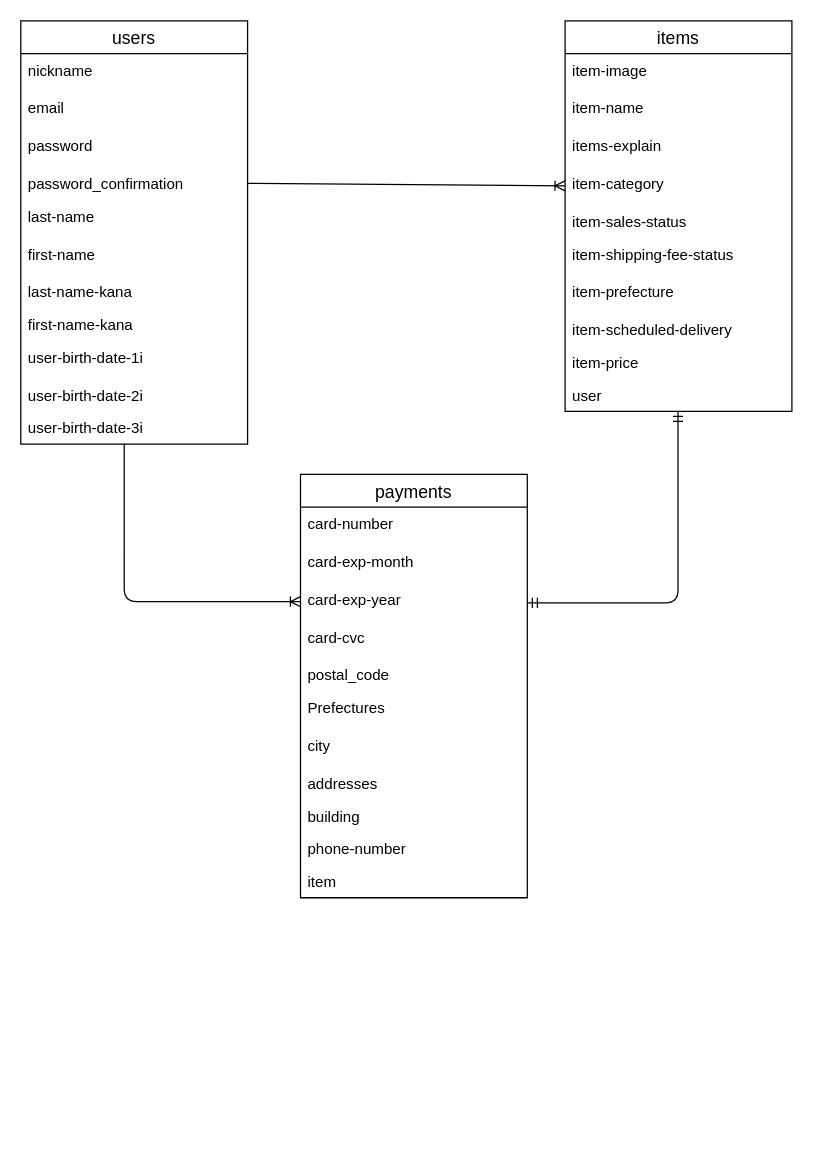
The draw.io diagram ER.dio in RcNgtm/furima-37770, before the edit. Source tidied: cells renumbered, new cells numbered last; positions are measured from the earlier drawing's top-left corner, leaving out a move shared by most shapes. Both pictures are drawn from the tidied source at 126%, with x=0, y=0 at pixel (20, 20).
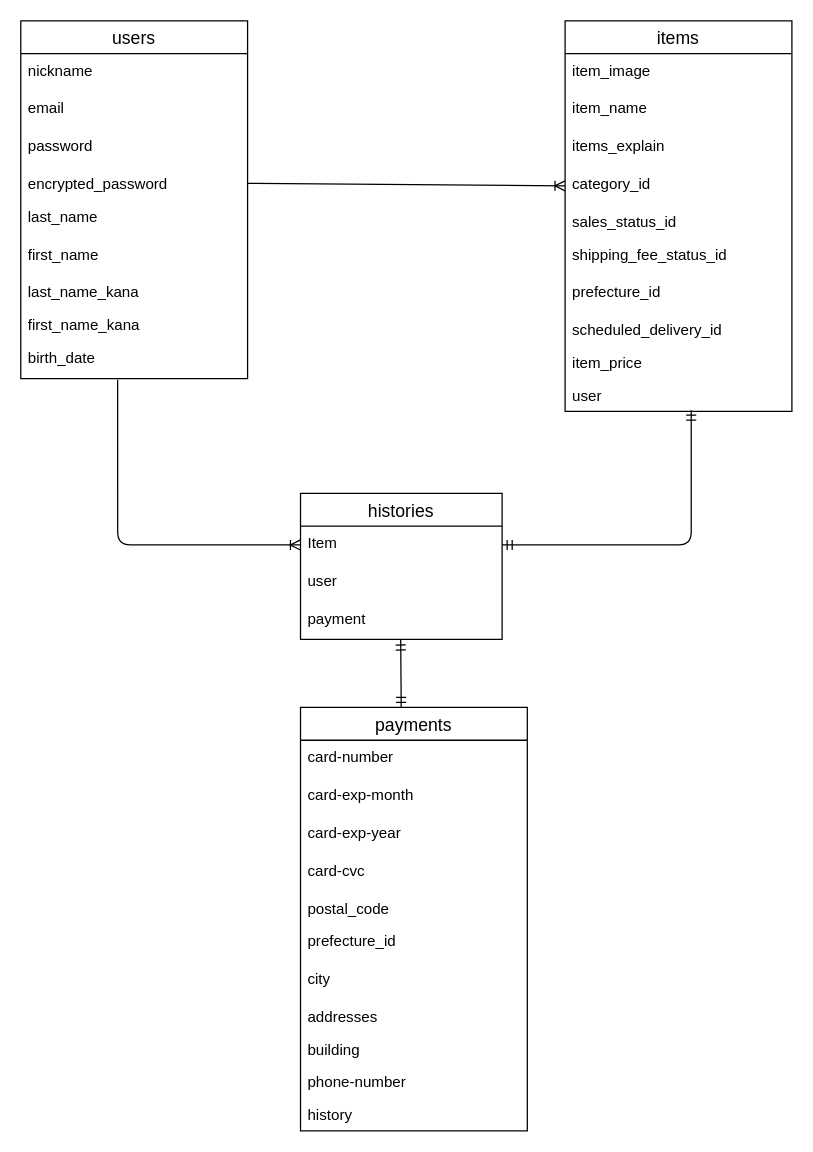
After the change.

Unchanged cells that the change refers to:
```xml
<mxCell id="14" value="items" style="swimlane;fontStyle=0;horizontal=1;startSize=26;align=center;fontSize=14;" parent="1" vertex="1">
  <mxGeometry x="432" width="180" height="310" as="geometry" />
</mxCell>
<mxCell id="24" value="user" style="text;strokeColor=none;fillColor=none;spacingLeft=4;spacingRight=4;overflow=hidden;points=[[0,0.5],[1,0.5]];portConstraint=eastwest;fontSize=12;" parent="14" vertex="1">
  <mxGeometry y="284" width="180" height="26" as="geometry" />
</mxCell>
<mxCell id="28" value="card-exp-year" style="text;strokeColor=none;fillColor=none;spacingLeft=4;spacingRight=4;overflow=hidden;points=[[0,0.5],[1,0.5]];portConstraint=eastwest;fontSize=12;" parent="25" vertex="1">
  <mxGeometry y="86" width="180" height="30" as="geometry" />
</mxCell>
```

Change to the diagram source:
```diff
@@
     <mxCell id="2" value="users" style="swimlane;fontStyle=0;horizontal=1;startSize=26;align=center;fontSize=14;" parent="1" vertex="1">
-      <mxGeometry width="180" height="336" as="geometry" />
+      <mxGeometry width="180" height="284" as="geometry" />
     </mxCell>
@@
-    <mxCell id="6" value="password_confirmation" style="text;strokeColor=none;fillColor=none;spacingLeft=4;spacingRight=4;overflow=hidden;points=[[0,0.5],[1,0.5]];portConstraint=eastwest;fontSize=12;" parent="2" vertex="1">
+    <mxCell id="6" value="encrypted_password" style="text;strokeColor=none;fillColor=none;spacingLeft=4;spacingRight=4;overflow=hidden;points=[[0,0.5],[1,0.5]];portConstraint=eastwest;fontSize=12;" parent="2" vertex="1">
       <mxGeometry y="116" width="180" height="26" as="geometry" />
     </mxCell>
-    <mxCell id="7" value="last-name" style="text;strokeColor=none;fillColor=none;spacingLeft=4;spacingRight=4;overflow=hidden;fontSize=12;" parent="2" vertex="1">
+    <mxCell id="7" value="last_name" style="text;strokeColor=none;fillColor=none;spacingLeft=4;spacingRight=4;overflow=hidden;fontSize=12;" parent="2" vertex="1">
       <mxGeometry y="142" width="180" height="30" as="geometry" />
     </mxCell>
-    <mxCell id="8" value="first-name" style="text;strokeColor=none;fillColor=none;spacingLeft=4;spacingRight=4;overflow=hidden;fontSize=12;" parent="2" vertex="1">
+    <mxCell id="8" value="first_name" style="text;strokeColor=none;fillColor=none;spacingLeft=4;spacingRight=4;overflow=hidden;fontSize=12;" parent="2" vertex="1">
       <mxGeometry y="172" width="180" height="30" as="geometry" />
     </mxCell>
-    <mxCell id="9" value="last-name-kana" style="text;strokeColor=none;fillColor=none;spacingLeft=4;spacingRight=4;overflow=hidden;fontSize=12;" parent="2" vertex="1">
+    <mxCell id="9" value="last_name_kana" style="text;strokeColor=none;fillColor=none;spacingLeft=4;spacingRight=4;overflow=hidden;fontSize=12;" parent="2" vertex="1">
       <mxGeometry y="202" width="180" height="26" as="geometry" />
     </mxCell>
-    <mxCell id="10" value="first-name-kana" style="text;strokeColor=none;fillColor=none;spacingLeft=4;spacingRight=4;overflow=hidden;fontSize=12;" parent="2" vertex="1">
+    <mxCell id="10" value="first_name_kana" style="text;strokeColor=none;fillColor=none;spacingLeft=4;spacingRight=4;overflow=hidden;fontSize=12;" parent="2" vertex="1">
       <mxGeometry y="228" width="180" height="26" as="geometry" />
     </mxCell>
-    <mxCell id="11" value="user-birth-date-1i" style="text;strokeColor=none;fillColor=none;spacingLeft=4;spacingRight=4;overflow=hidden;points=[[0,0.5],[1,0.5]];portConstraint=eastwest;fontSize=12;" parent="2" vertex="1">
+    <mxCell id="11" value="birth_date" style="text;strokeColor=none;fillColor=none;spacingLeft=4;spacingRight=4;overflow=hidden;points=[[0,0.5],[1,0.5]];portConstraint=eastwest;fontSize=12;" parent="2" vertex="1">
       <mxGeometry y="254" width="180" height="30" as="geometry" />
     </mxCell>
-    <mxCell id="12" value="user-birth-date-2i" style="text;strokeColor=none;fillColor=none;spacingLeft=4;spacingRight=4;overflow=hidden;fontSize=12;" parent="2" vertex="1">
-      <mxGeometry y="284" width="180" height="26" as="geometry" />
-    </mxCell>
-    <mxCell id="13" value="user-birth-date-3i" style="text;strokeColor=none;fillColor=none;spacingLeft=4;spacingRight=4;overflow=hidden;points=[[0,0.5],[1,0.5]];portConstraint=eastwest;fontSize=12;" parent="2" vertex="1">
-      <mxGeometry y="310" width="180" height="26" as="geometry" />
-    </mxCell>
@@
-    <mxCell id="15" value="item-image" style="text;strokeColor=none;fillColor=none;spacingLeft=4;spacingRight=4;overflow=hidden;fontSize=12;" parent="14" vertex="1">
+    <mxCell id="15" value="item_image" style="text;strokeColor=none;fillColor=none;spacingLeft=4;spacingRight=4;overflow=hidden;fontSize=12;" parent="14" vertex="1">
       <mxGeometry y="26" width="180" height="30" as="geometry" />
     </mxCell>
-    <mxCell id="16" value="item-name" style="text;strokeColor=none;fillColor=none;spacingLeft=4;spacingRight=4;overflow=hidden;fontSize=12;" parent="14" vertex="1">
+    <mxCell id="16" value="item_name" style="text;strokeColor=none;fillColor=none;spacingLeft=4;spacingRight=4;overflow=hidden;fontSize=12;" parent="14" vertex="1">
       <mxGeometry y="56" width="180" height="30" as="geometry" />
     </mxCell>
-    <mxCell id="17" value="items-explain" style="text;strokeColor=none;fillColor=none;spacingLeft=4;spacingRight=4;overflow=hidden;fontSize=12;" parent="14" vertex="1">
+    <mxCell id="17" value="items_explain" style="text;strokeColor=none;fillColor=none;spacingLeft=4;spacingRight=4;overflow=hidden;fontSize=12;" parent="14" vertex="1">
       <mxGeometry y="86" width="180" height="30" as="geometry" />
     </mxCell>
-    <mxCell id="18" value="item-category" style="text;strokeColor=none;fillColor=none;spacingLeft=4;spacingRight=4;overflow=hidden;points=[[0,0.5],[1,0.5]];portConstraint=eastwest;fontSize=12;" parent="14" vertex="1">
+    <mxCell id="18" value="category_id" style="text;strokeColor=none;fillColor=none;spacingLeft=4;spacingRight=4;overflow=hidden;points=[[0,0.5],[1,0.5]];portConstraint=eastwest;fontSize=12;" parent="14" vertex="1">
       <mxGeometry y="116" width="180" height="30" as="geometry" />
     </mxCell>
-    <mxCell id="19" value="item-sales-status" style="text;strokeColor=none;fillColor=none;spacingLeft=4;spacingRight=4;overflow=hidden;fontSize=12;" parent="14" vertex="1">
+    <mxCell id="19" value="sales_status_id" style="text;strokeColor=none;fillColor=none;spacingLeft=4;spacingRight=4;overflow=hidden;fontSize=12;" parent="14" vertex="1">
       <mxGeometry y="146" width="180" height="26" as="geometry" />
     </mxCell>
-    <mxCell id="20" value="item-shipping-fee-status" style="text;strokeColor=none;fillColor=none;spacingLeft=4;spacingRight=4;overflow=hidden;fontSize=12;" parent="14" vertex="1">
+    <mxCell id="20" value="shipping_fee_status_id" style="text;strokeColor=none;fillColor=none;spacingLeft=4;spacingRight=4;overflow=hidden;fontSize=12;" parent="14" vertex="1">
       <mxGeometry y="172" width="180" height="30" as="geometry" />
     </mxCell>
-    <mxCell id="21" value="item-prefecture" style="text;strokeColor=none;fillColor=none;spacingLeft=4;spacingRight=4;overflow=hidden;fontSize=12;" parent="14" vertex="1">
+    <mxCell id="21" value="prefecture_id" style="text;strokeColor=none;fillColor=none;spacingLeft=4;spacingRight=4;overflow=hidden;fontSize=12;" parent="14" vertex="1">
       <mxGeometry y="202" width="180" height="30" as="geometry" />
     </mxCell>
-    <mxCell id="22" value="item-scheduled-delivery" style="text;strokeColor=none;fillColor=none;spacingLeft=4;spacingRight=4;overflow=hidden;fontSize=12;" parent="14" vertex="1">
+    <mxCell id="22" value="scheduled_delivery_id" style="text;strokeColor=none;fillColor=none;spacingLeft=4;spacingRight=4;overflow=hidden;fontSize=12;" parent="14" vertex="1">
       <mxGeometry y="232" width="180" height="26" as="geometry" />
     </mxCell>
-    <mxCell id="23" value="item-price" style="text;strokeColor=none;fillColor=none;spacingLeft=4;spacingRight=4;overflow=hidden;fontSize=12;" parent="14" vertex="1">
+    <mxCell id="23" value="item_price" style="text;strokeColor=none;fillColor=none;spacingLeft=4;spacingRight=4;overflow=hidden;fontSize=12;" parent="14" vertex="1">
       <mxGeometry y="258" width="180" height="26" as="geometry" />
     </mxCell>
@@
     <mxCell id="25" value="payments" style="swimlane;fontStyle=0;horizontal=1;startSize=26;align=center;fontSize=14;" parent="1" vertex="1">
-      <mxGeometry x="222" y="360" width="180" height="336" as="geometry" />
+      <mxGeometry x="222" y="545" width="180" height="336" as="geometry" />
     </mxCell>
@@
-    <mxCell id="31" value="Prefectures    " style="text;strokeColor=none;fillColor=none;spacingLeft=4;spacingRight=4;overflow=hidden;fontSize=12;" parent="25" vertex="1">
+    <mxCell id="31" value="prefecture_id    " style="text;strokeColor=none;fillColor=none;spacingLeft=4;spacingRight=4;overflow=hidden;fontSize=12;" parent="25" vertex="1">
       <mxGeometry y="172" width="180" height="30" as="geometry" />
     </mxCell>
@@
-    <mxCell id="36" value="item" style="text;strokeColor=none;fillColor=none;spacingLeft=4;spacingRight=4;overflow=hidden;fontSize=12;" parent="25" vertex="1">
+    <mxCell id="36" value="history" style="text;strokeColor=none;fillColor=none;spacingLeft=4;spacingRight=4;overflow=hidden;fontSize=12;" parent="25" vertex="1">
       <mxGeometry y="310" width="180" height="26" as="geometry" />
     </mxCell>
@@
-    <mxCell id="38" style="fontSize=12;html=1;endArrow=ERmandOne;startArrow=ERmandOne;edgeStyle=orthogonalEdgeStyle;exitX=1;exitY=0.5;exitDx=0;exitDy=0;entryX=0.498;entryY=0.962;entryDx=0;entryDy=0;entryPerimeter=0;" parent="1" edge="1">
-      <mxGeometry relative="1" as="geometry">
-        <mxPoint x="402" y="462" as="sourcePoint" />
-        <mxPoint x="521.6" y="310" as="targetPoint" />
-        <Array as="points">
-          <mxPoint x="522" y="462" />
-        </Array>
-      </mxGeometry>
-    </mxCell>
@@
-    <mxCell id="40" style="edgeStyle=orthogonalEdgeStyle;fontSize=12;html=1;endArrow=ERoneToMany;entryX=0;entryY=0.5;entryDx=0;entryDy=0;exitX=0.456;exitY=0.989;exitDx=0;exitDy=0;exitPerimeter=0;" parent="1" edge="1" source="13" target="28">
+    <mxCell id="40" style="edgeStyle=orthogonalEdgeStyle;fontSize=12;html=1;endArrow=ERoneToMany;entryX=0;entryY=0.5;entryDx=0;entryDy=0;exitX=0.427;exitY=1.028;exitDx=0;exitDy=0;exitPerimeter=0;" parent="1" edge="1" source="11" target="42">
       <mxGeometry relative="1" as="geometry" />
     </mxCell>
+    <mxCell id="41" value="histories" style="swimlane;fontStyle=0;horizontal=1;startSize=26;align=center;fontSize=14;" parent="1" vertex="1">
+      <mxGeometry x="222" y="375" width="160" height="116" as="geometry" />
+    </mxCell>
+    <mxCell id="42" value="Item" style="text;strokeColor=none;fillColor=none;spacingLeft=4;spacingRight=4;overflow=hidden;points=[[0,0.5],[1,0.5]];portConstraint=eastwest;fontSize=12;" parent="41" vertex="1">
+      <mxGeometry y="26" width="160" height="30" as="geometry" />
+    </mxCell>
+    <mxCell id="43" value="user" style="text;strokeColor=none;fillColor=none;spacingLeft=4;spacingRight=4;overflow=hidden;fontSize=12;" parent="41" vertex="1">
+      <mxGeometry y="56" width="160" height="30" as="geometry" />
+    </mxCell>
+    <mxCell id="44" value="payment" style="text;strokeColor=none;fillColor=none;spacingLeft=4;spacingRight=4;overflow=hidden;points=[[0,0.5],[1,0.5]];portConstraint=eastwest;fontSize=12;" parent="41" vertex="1">
+      <mxGeometry y="86" width="160" height="30" as="geometry" />
+    </mxCell>
+    <mxCell id="45" style="fontSize=12;html=1;endArrow=ERmandOne;startArrow=ERmandOne;entryX=0.497;entryY=1.013;entryDx=0;entryDy=0;entryPerimeter=0;exitX=0.444;exitY=0;exitDx=0;exitDy=0;exitPerimeter=0;" parent="1" edge="1" source="25" target="44">
+      <mxGeometry relative="1" as="geometry" />
+    </mxCell>
+    <mxCell id="46" style="edgeStyle=orthogonalEdgeStyle;fontSize=12;html=1;endArrow=ERmandOne;startArrow=ERmandOne;entryX=0.556;entryY=0.962;entryDx=0;entryDy=0;entryPerimeter=0;" parent="1" edge="1" source="42" target="24">
+      <mxGeometry relative="1" as="geometry" />
+    </mxCell>
```
